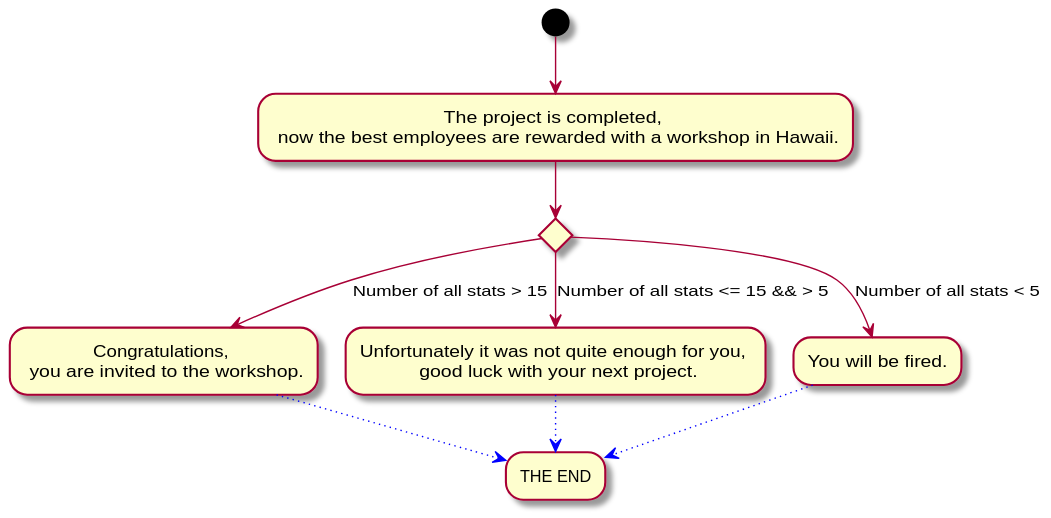
Brotenko/QualityQuest keeps this PlantUML diagram as Docs/Technical Specifications/docs/diagrams/StoryFlow/StoryFlow_Decision_15.svg. Above is the earlier version.
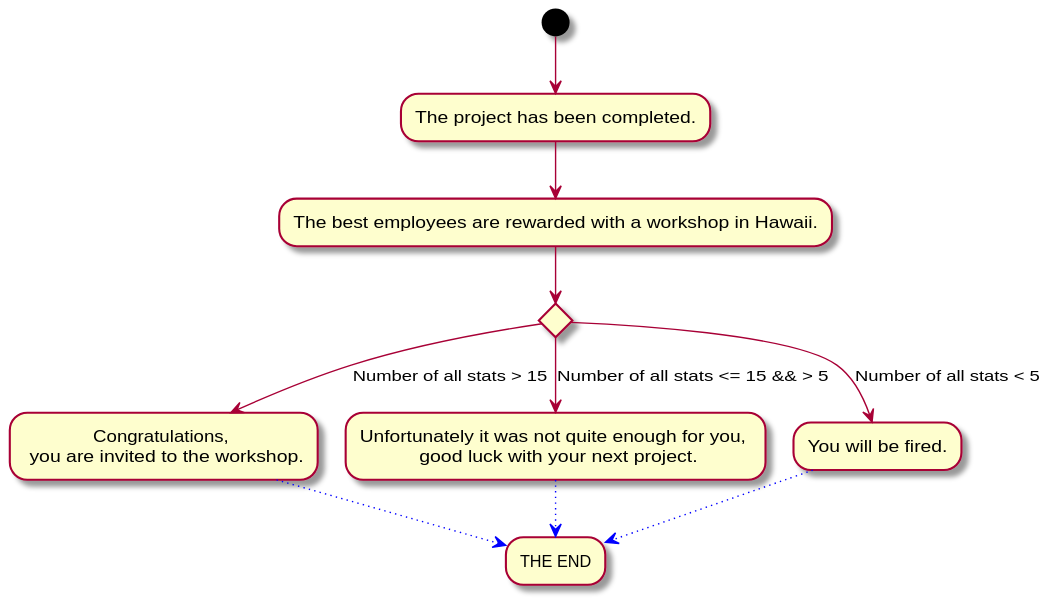
The same file after the commit.

The edit, as a diff of the source:
```diff
@@ -1,5 +1,6 @@
 @startuml
-(*) --> "The project is completed, \n now the best employees are rewarded with a workshop in Hawaii." as shop
+(*) --> "The project has been completed."
+--> "The best employees are rewarded with a workshop in Hawaii."
 if "" then
 --> [Number of all stats > 15] "Congratulations, \n you are invited to the workshop." as a
 else
```
